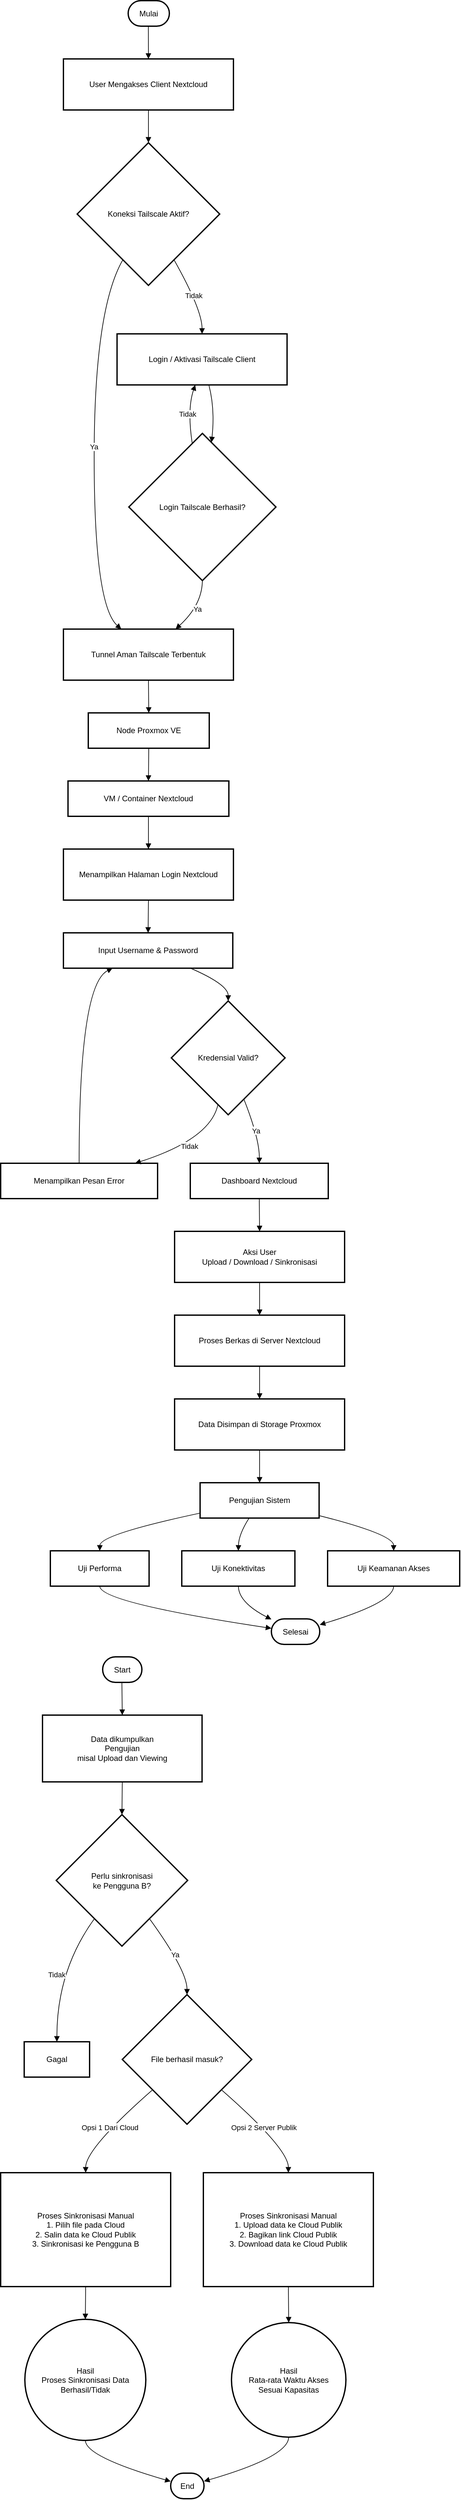
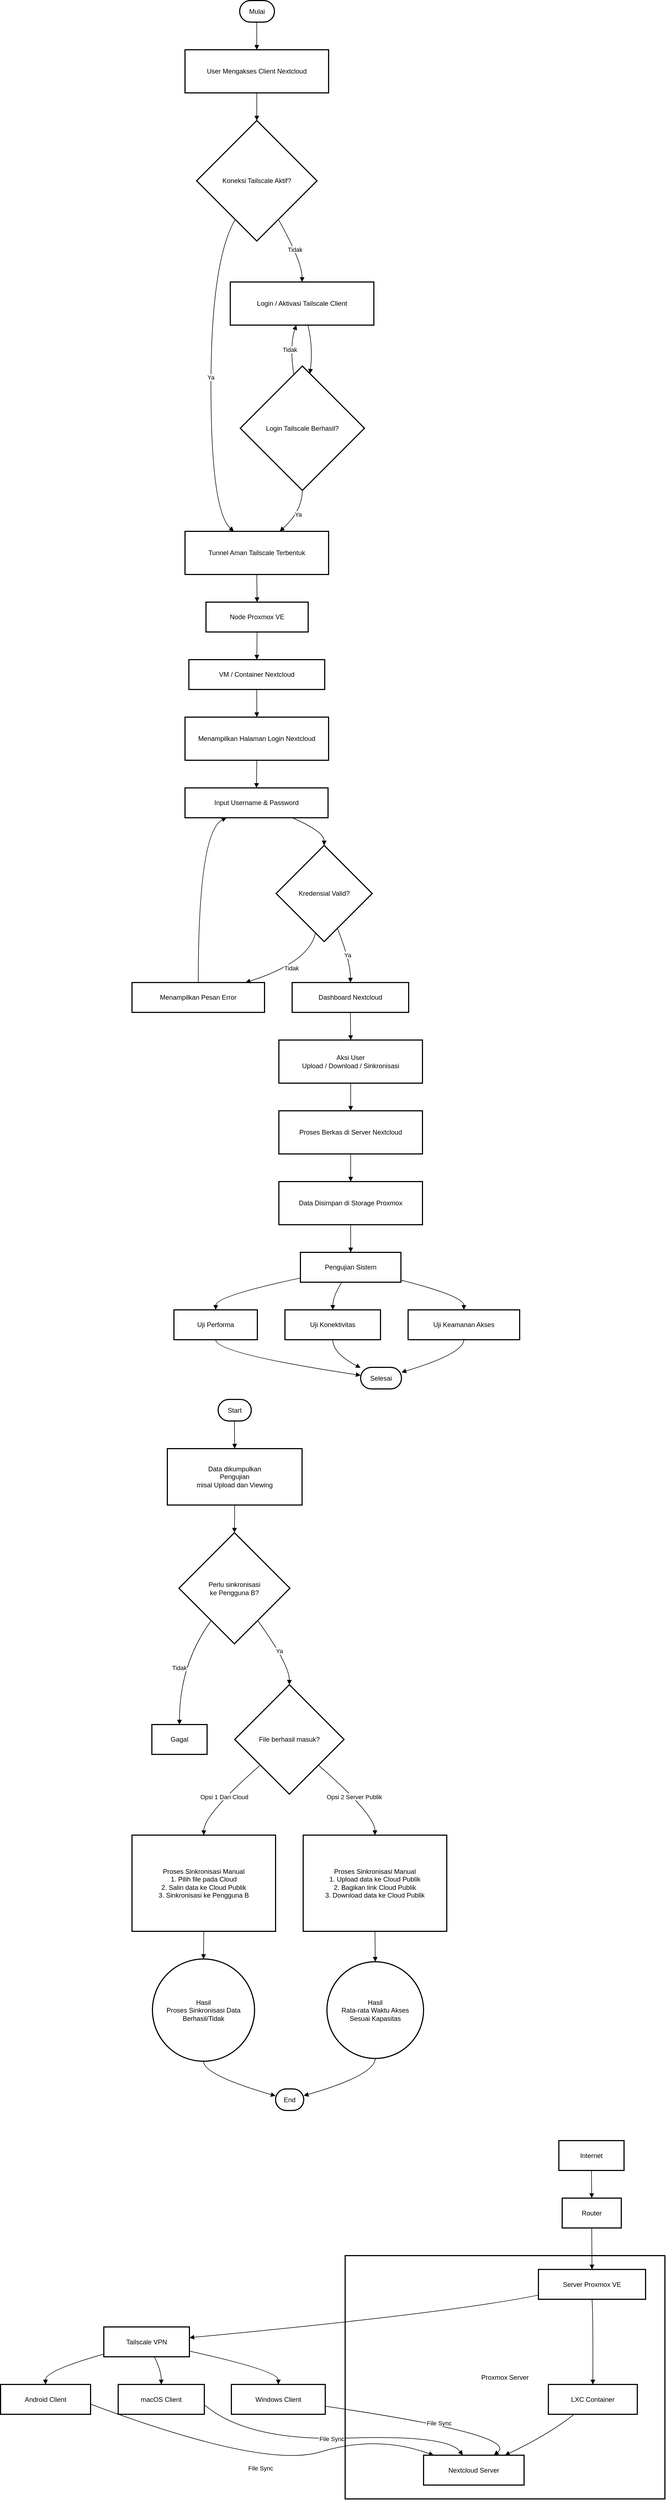
- <mxfile host="app.diagrams.net" agent="Mozilla/5.0 (Macintosh; Intel Mac OS X 10_15_7) AppleWebKit/537.36 (KHTML, like Gecko) Chrome/144.0.0.0 Safari/537.36" version="29.3.8">
+ <mxfile host="app.diagrams.net" agent="Mozilla/5.0 (Macintosh; Intel Mac OS X 10_15_7) AppleWebKit/537.36 (KHTML, like Gecko) Chrome/145.0.0.0 Safari/537.36" version="29.3.8">
  <diagram id="6a731a19-8d31-9384-78a2-239565b7b9f0" name="Page-1">
-     <mxGraphModel dx="1508" dy="1040" grid="1" gridSize="10" guides="1" tooltips="1" connect="1" arrows="1" fold="1" page="1" pageScale="1" pageWidth="1169" pageHeight="827" background="none" math="0" shadow="0">
+     <mxGraphModel dx="1436" dy="990" grid="1" gridSize="10" guides="1" tooltips="1" connect="1" arrows="1" fold="1" page="1" pageScale="1" pageWidth="1169" pageHeight="827" background="none" math="0" shadow="0">
      <root>
        <mxCell id="0" />
        <mxCell id="1" parent="0" />
        <mxCell id="Uneg7TVlCb7vEr30IxI9-7" parent="1" style="rounded=1;whiteSpace=wrap;arcSize=50;strokeWidth=2;" value="Mulai" vertex="1">
          <mxGeometry height="39" width="63" x="445" y="30" as="geometry" />
        </mxCell>
        <mxCell id="Uneg7TVlCb7vEr30IxI9-8" parent="1" style="whiteSpace=wrap;strokeWidth=2;" value="User Mengakses Client Nextcloud" vertex="1">
          <mxGeometry height="78" width="260" x="346" y="119" as="geometry" />
        </mxCell>
        <mxCell id="Uneg7TVlCb7vEr30IxI9-9" parent="1" style="rhombus;strokeWidth=2;whiteSpace=wrap;" value="Koneksi Tailscale Aktif?" vertex="1">
          <mxGeometry height="218" width="218" x="367" y="247" as="geometry" />
        </mxCell>
        <mxCell id="Uneg7TVlCb7vEr30IxI9-10" parent="1" style="whiteSpace=wrap;strokeWidth=2;" value="Login / Aktivasi Tailscale Client" vertex="1">
          <mxGeometry height="78" width="260" x="428" y="539" as="geometry" />
        </mxCell>
        <mxCell id="Uneg7TVlCb7vEr30IxI9-11" parent="1" style="rhombus;strokeWidth=2;whiteSpace=wrap;" value="Login Tailscale Berhasil?" vertex="1">
          <mxGeometry height="225" width="225" x="446" y="691" as="geometry" />
        </mxCell>
        <mxCell id="Uneg7TVlCb7vEr30IxI9-12" parent="1" style="whiteSpace=wrap;strokeWidth=2;" value="Tunnel Aman Tailscale Terbentuk" vertex="1">
          <mxGeometry height="78" width="260" x="346" y="990" as="geometry" />
        </mxCell>
        <mxCell id="Uneg7TVlCb7vEr30IxI9-13" parent="1" style="whiteSpace=wrap;strokeWidth=2;" value="Node Proxmox VE" vertex="1">
          <mxGeometry height="54" width="185" x="384" y="1118" as="geometry" />
        </mxCell>
        <mxCell id="Uneg7TVlCb7vEr30IxI9-14" parent="1" style="whiteSpace=wrap;strokeWidth=2;" value="VM / Container Nextcloud" vertex="1">
          <mxGeometry height="54" width="246" x="353" y="1222" as="geometry" />
        </mxCell>
        <mxCell id="Uneg7TVlCb7vEr30IxI9-15" parent="1" style="whiteSpace=wrap;strokeWidth=2;" value="Menampilkan Halaman Login Nextcloud" vertex="1">
          <mxGeometry height="78" width="260" x="346" y="1326" as="geometry" />
        </mxCell>
        <mxCell id="Uneg7TVlCb7vEr30IxI9-16" parent="1" style="whiteSpace=wrap;strokeWidth=2;" value="Input Username &amp; Password" vertex="1">
          <mxGeometry height="54" width="259" x="346" y="1454" as="geometry" />
        </mxCell>
        <mxCell id="Uneg7TVlCb7vEr30IxI9-17" parent="1" style="rhombus;strokeWidth=2;whiteSpace=wrap;" value="Kredensial Valid?" vertex="1">
          <mxGeometry height="174" width="174" x="511" y="1558" as="geometry" />
        </mxCell>
        <mxCell id="Uneg7TVlCb7vEr30IxI9-18" parent="1" style="whiteSpace=wrap;strokeWidth=2;" value="Menampilkan Pesan Error" vertex="1">
          <mxGeometry height="54" width="240" x="250" y="1806" as="geometry" />
        </mxCell>
        <mxCell id="Uneg7TVlCb7vEr30IxI9-19" parent="1" style="whiteSpace=wrap;strokeWidth=2;" value="Dashboard Nextcloud" vertex="1">
          <mxGeometry height="54" width="211" x="540" y="1806" as="geometry" />
        </mxCell>
        <mxCell id="Uneg7TVlCb7vEr30IxI9-20" parent="1" style="whiteSpace=wrap;strokeWidth=2;" value="Aksi User&#xa;Upload / Download / Sinkronisasi" vertex="1">
          <mxGeometry height="78" width="260" x="516" y="1910" as="geometry" />
        </mxCell>
        <mxCell id="Uneg7TVlCb7vEr30IxI9-21" parent="1" style="whiteSpace=wrap;strokeWidth=2;" value="Proses Berkas di Server Nextcloud" vertex="1">
          <mxGeometry height="78" width="260" x="516" y="2038" as="geometry" />
        </mxCell>
        <mxCell id="Uneg7TVlCb7vEr30IxI9-22" parent="1" style="whiteSpace=wrap;strokeWidth=2;" value="Data Disimpan di Storage Proxmox" vertex="1">
          <mxGeometry height="78" width="260" x="516" y="2166" as="geometry" />
        </mxCell>
        <mxCell id="Uneg7TVlCb7vEr30IxI9-23" parent="1" style="whiteSpace=wrap;strokeWidth=2;" value="Pengujian Sistem" vertex="1">
          <mxGeometry height="54" width="182" x="555" y="2294" as="geometry" />
        </mxCell>
        <mxCell id="Uneg7TVlCb7vEr30IxI9-24" parent="1" style="whiteSpace=wrap;strokeWidth=2;" value="Uji Keamanan Akses" vertex="1">
          <mxGeometry height="54" width="202" x="750" y="2398" as="geometry" />
        </mxCell>
        <mxCell id="Uneg7TVlCb7vEr30IxI9-25" parent="1" style="whiteSpace=wrap;strokeWidth=2;" value="Uji Konektivitas" vertex="1">
          <mxGeometry height="54" width="173" x="527" y="2398" as="geometry" />
        </mxCell>
        <mxCell id="Uneg7TVlCb7vEr30IxI9-26" parent="1" style="whiteSpace=wrap;strokeWidth=2;" value="Uji Performa" vertex="1">
          <mxGeometry height="54" width="151" x="326" y="2398" as="geometry" />
        </mxCell>
        <mxCell id="Uneg7TVlCb7vEr30IxI9-27" parent="1" style="rounded=1;whiteSpace=wrap;arcSize=50;strokeWidth=2;" value="Selesai" vertex="1">
          <mxGeometry height="39" width="74" x="664" y="2502" as="geometry" />
        </mxCell>
        <mxCell id="Uneg7TVlCb7vEr30IxI9-28" edge="1" parent="1" source="Uneg7TVlCb7vEr30IxI9-7" style="curved=1;startArrow=none;endArrow=block;exitX=0.49;exitY=1;entryX=0.5;entryY=0;rounded=0;" target="Uneg7TVlCb7vEr30IxI9-8" value="">
          <mxGeometry relative="1" as="geometry">
            <Array as="points" />
          </mxGeometry>
        </mxCell>
        <mxCell id="Uneg7TVlCb7vEr30IxI9-29" edge="1" parent="1" source="Uneg7TVlCb7vEr30IxI9-8" style="curved=1;startArrow=none;endArrow=block;exitX=0.5;exitY=1;entryX=0.5;entryY=0;rounded=0;" target="Uneg7TVlCb7vEr30IxI9-9" value="">
          <mxGeometry relative="1" as="geometry">
            <Array as="points" />
          </mxGeometry>
        </mxCell>
        <mxCell id="Uneg7TVlCb7vEr30IxI9-30" edge="1" parent="1" source="Uneg7TVlCb7vEr30IxI9-9" style="curved=1;startArrow=none;endArrow=block;exitX=0.78;exitY=1;entryX=0.5;entryY=0;rounded=0;" target="Uneg7TVlCb7vEr30IxI9-10" value="Tidak">
          <mxGeometry relative="1" as="geometry">
            <Array as="points">
              <mxPoint x="558" y="502" />
            </Array>
          </mxGeometry>
        </mxCell>
        <mxCell id="Uneg7TVlCb7vEr30IxI9-31" edge="1" parent="1" source="Uneg7TVlCb7vEr30IxI9-10" style="curved=1;startArrow=none;endArrow=block;exitX=0.54;exitY=1;entryX=0.57;entryY=0;rounded=0;" target="Uneg7TVlCb7vEr30IxI9-11" value="">
          <mxGeometry relative="1" as="geometry">
            <Array as="points">
              <mxPoint x="578" y="654" />
            </Array>
          </mxGeometry>
        </mxCell>
        <mxCell id="Uneg7TVlCb7vEr30IxI9-32" edge="1" parent="1" source="Uneg7TVlCb7vEr30IxI9-11" style="curved=1;startArrow=none;endArrow=block;exitX=0.42;exitY=0;entryX=0.46;entryY=1;rounded=0;" target="Uneg7TVlCb7vEr30IxI9-10" value="Tidak">
          <mxGeometry relative="1" as="geometry">
            <Array as="points">
              <mxPoint x="535" y="654" />
            </Array>
          </mxGeometry>
        </mxCell>
        <mxCell id="Uneg7TVlCb7vEr30IxI9-33" edge="1" parent="1" source="Uneg7TVlCb7vEr30IxI9-11" style="curved=1;startArrow=none;endArrow=block;exitX=0.5;exitY=1;entryX=0.66;entryY=0;rounded=0;" target="Uneg7TVlCb7vEr30IxI9-12" value="Ya">
          <mxGeometry relative="1" as="geometry">
            <Array as="points">
              <mxPoint x="558" y="953" />
            </Array>
          </mxGeometry>
        </mxCell>
        <mxCell id="Uneg7TVlCb7vEr30IxI9-34" edge="1" parent="1" source="Uneg7TVlCb7vEr30IxI9-9" style="curved=1;startArrow=none;endArrow=block;exitX=0.22;exitY=1;entryX=0.34;entryY=0;rounded=0;" target="Uneg7TVlCb7vEr30IxI9-12" value="Ya">
          <mxGeometry relative="1" as="geometry">
            <Array as="points">
              <mxPoint x="393" y="502" />
              <mxPoint x="393" y="953" />
            </Array>
          </mxGeometry>
        </mxCell>
        <mxCell id="Uneg7TVlCb7vEr30IxI9-35" edge="1" parent="1" source="Uneg7TVlCb7vEr30IxI9-12" style="curved=1;startArrow=none;endArrow=block;exitX=0.5;exitY=1;entryX=0.5;entryY=0;rounded=0;" target="Uneg7TVlCb7vEr30IxI9-13" value="">
          <mxGeometry relative="1" as="geometry">
            <Array as="points" />
          </mxGeometry>
        </mxCell>
        <mxCell id="Uneg7TVlCb7vEr30IxI9-36" edge="1" parent="1" source="Uneg7TVlCb7vEr30IxI9-13" style="curved=1;startArrow=none;endArrow=block;exitX=0.5;exitY=1;entryX=0.5;entryY=0;rounded=0;" target="Uneg7TVlCb7vEr30IxI9-14" value="">
          <mxGeometry relative="1" as="geometry">
            <Array as="points" />
          </mxGeometry>
        </mxCell>
        <mxCell id="Uneg7TVlCb7vEr30IxI9-37" edge="1" parent="1" source="Uneg7TVlCb7vEr30IxI9-14" style="curved=1;startArrow=none;endArrow=block;exitX=0.5;exitY=1;entryX=0.5;entryY=0;rounded=0;" target="Uneg7TVlCb7vEr30IxI9-15" value="">
          <mxGeometry relative="1" as="geometry">
            <Array as="points" />
          </mxGeometry>
        </mxCell>
        <mxCell id="Uneg7TVlCb7vEr30IxI9-38" edge="1" parent="1" source="Uneg7TVlCb7vEr30IxI9-15" style="curved=1;startArrow=none;endArrow=block;exitX=0.5;exitY=1;entryX=0.5;entryY=0;rounded=0;" target="Uneg7TVlCb7vEr30IxI9-16" value="">
          <mxGeometry relative="1" as="geometry">
            <Array as="points" />
          </mxGeometry>
        </mxCell>
        <mxCell id="Uneg7TVlCb7vEr30IxI9-39" edge="1" parent="1" source="Uneg7TVlCb7vEr30IxI9-16" style="curved=1;startArrow=none;endArrow=block;exitX=0.75;exitY=1;entryX=0.5;entryY=0;rounded=0;" target="Uneg7TVlCb7vEr30IxI9-17" value="">
          <mxGeometry relative="1" as="geometry">
            <Array as="points">
              <mxPoint x="598" y="1533" />
            </Array>
          </mxGeometry>
        </mxCell>
        <mxCell id="Uneg7TVlCb7vEr30IxI9-40" edge="1" parent="1" source="Uneg7TVlCb7vEr30IxI9-17" style="curved=1;startArrow=none;endArrow=block;exitX=0.39;exitY=1;entryX=0.85;entryY=0.01;rounded=0;" target="Uneg7TVlCb7vEr30IxI9-18" value="Tidak">
          <mxGeometry relative="1" as="geometry">
            <Array as="points">
              <mxPoint x="571" y="1769" />
            </Array>
          </mxGeometry>
        </mxCell>
        <mxCell id="Uneg7TVlCb7vEr30IxI9-41" edge="1" parent="1" source="Uneg7TVlCb7vEr30IxI9-18" style="curved=1;startArrow=none;endArrow=block;exitX=0.5;exitY=0.01;entryX=0.29;entryY=1;rounded=0;" target="Uneg7TVlCb7vEr30IxI9-16" value="">
          <mxGeometry relative="1" as="geometry">
            <Array as="points">
              <mxPoint x="370" y="1533" />
            </Array>
          </mxGeometry>
        </mxCell>
        <mxCell id="Uneg7TVlCb7vEr30IxI9-42" edge="1" parent="1" source="Uneg7TVlCb7vEr30IxI9-17" style="curved=1;startArrow=none;endArrow=block;exitX=0.69;exitY=1;entryX=0.5;entryY=0.01;rounded=0;" target="Uneg7TVlCb7vEr30IxI9-19" value="Ya">
          <mxGeometry relative="1" as="geometry">
            <Array as="points">
              <mxPoint x="646" y="1769" />
            </Array>
          </mxGeometry>
        </mxCell>
        <mxCell id="Uneg7TVlCb7vEr30IxI9-43" edge="1" parent="1" source="Uneg7TVlCb7vEr30IxI9-19" style="curved=1;startArrow=none;endArrow=block;exitX=0.5;exitY=1.01;entryX=0.5;entryY=0;rounded=0;" target="Uneg7TVlCb7vEr30IxI9-20" value="">
          <mxGeometry relative="1" as="geometry">
            <Array as="points" />
          </mxGeometry>
        </mxCell>
        <mxCell id="Uneg7TVlCb7vEr30IxI9-44" edge="1" parent="1" source="Uneg7TVlCb7vEr30IxI9-20" style="curved=1;startArrow=none;endArrow=block;exitX=0.5;exitY=1;entryX=0.5;entryY=0;rounded=0;" target="Uneg7TVlCb7vEr30IxI9-21" value="">
          <mxGeometry relative="1" as="geometry">
            <Array as="points" />
          </mxGeometry>
        </mxCell>
        <mxCell id="Uneg7TVlCb7vEr30IxI9-45" edge="1" parent="1" source="Uneg7TVlCb7vEr30IxI9-21" style="curved=1;startArrow=none;endArrow=block;exitX=0.5;exitY=1;entryX=0.5;entryY=0;rounded=0;" target="Uneg7TVlCb7vEr30IxI9-22" value="">
          <mxGeometry relative="1" as="geometry">
            <Array as="points" />
          </mxGeometry>
        </mxCell>
        <mxCell id="Uneg7TVlCb7vEr30IxI9-46" edge="1" parent="1" source="Uneg7TVlCb7vEr30IxI9-22" style="curved=1;startArrow=none;endArrow=block;exitX=0.5;exitY=1;entryX=0.5;entryY=0.01;rounded=0;" target="Uneg7TVlCb7vEr30IxI9-23" value="">
          <mxGeometry relative="1" as="geometry">
            <Array as="points" />
          </mxGeometry>
        </mxCell>
        <mxCell id="Uneg7TVlCb7vEr30IxI9-47" edge="1" parent="1" source="Uneg7TVlCb7vEr30IxI9-23" style="curved=1;startArrow=none;endArrow=block;exitX=1;exitY=0.93;entryX=0.5;entryY=0.01;rounded=0;" target="Uneg7TVlCb7vEr30IxI9-24" value="">
          <mxGeometry relative="1" as="geometry">
            <Array as="points">
              <mxPoint x="851" y="2373" />
            </Array>
          </mxGeometry>
        </mxCell>
        <mxCell id="Uneg7TVlCb7vEr30IxI9-48" edge="1" parent="1" source="Uneg7TVlCb7vEr30IxI9-23" style="curved=1;startArrow=none;endArrow=block;exitX=0.41;exitY=1.01;entryX=0.5;entryY=0.01;rounded=0;" target="Uneg7TVlCb7vEr30IxI9-25" value="">
          <mxGeometry relative="1" as="geometry">
            <Array as="points">
              <mxPoint x="614" y="2373" />
            </Array>
          </mxGeometry>
        </mxCell>
        <mxCell id="Uneg7TVlCb7vEr30IxI9-49" edge="1" parent="1" source="Uneg7TVlCb7vEr30IxI9-23" style="curved=1;startArrow=none;endArrow=block;exitX=0;exitY=0.86;entryX=0.5;entryY=0.01;rounded=0;" target="Uneg7TVlCb7vEr30IxI9-26" value="">
          <mxGeometry relative="1" as="geometry">
            <Array as="points">
              <mxPoint x="402" y="2373" />
            </Array>
          </mxGeometry>
        </mxCell>
        <mxCell id="Uneg7TVlCb7vEr30IxI9-50" edge="1" parent="1" source="Uneg7TVlCb7vEr30IxI9-24" style="curved=1;startArrow=none;endArrow=block;exitX=0.5;exitY=1.01;entryX=1;entryY=0.23;rounded=0;" target="Uneg7TVlCb7vEr30IxI9-27" value="">
          <mxGeometry relative="1" as="geometry">
            <Array as="points">
              <mxPoint x="851" y="2477" />
            </Array>
          </mxGeometry>
        </mxCell>
        <mxCell id="Uneg7TVlCb7vEr30IxI9-51" edge="1" parent="1" source="Uneg7TVlCb7vEr30IxI9-25" style="curved=1;startArrow=none;endArrow=block;exitX=0.5;exitY=1.01;entryX=0;entryY=0.02;rounded=0;" target="Uneg7TVlCb7vEr30IxI9-27" value="">
          <mxGeometry relative="1" as="geometry">
            <Array as="points">
              <mxPoint x="614" y="2477" />
            </Array>
          </mxGeometry>
        </mxCell>
        <mxCell id="Uneg7TVlCb7vEr30IxI9-52" edge="1" parent="1" source="Uneg7TVlCb7vEr30IxI9-26" style="curved=1;startArrow=none;endArrow=block;exitX=0.5;exitY=1.01;entryX=0;entryY=0.37;rounded=0;" target="Uneg7TVlCb7vEr30IxI9-27" value="">
          <mxGeometry relative="1" as="geometry">
            <Array as="points">
              <mxPoint x="402" y="2477" />
            </Array>
          </mxGeometry>
        </mxCell>
        <mxCell id="OShCs4QSC3FU0K6VXMPM-7" parent="1" style="rounded=1;whiteSpace=wrap;arcSize=50;strokeWidth=2;" value="Start" vertex="1">
          <mxGeometry height="39" width="60" x="406" y="2560" as="geometry" />
        </mxCell>
        <mxCell id="OShCs4QSC3FU0K6VXMPM-8" parent="1" style="whiteSpace=wrap;strokeWidth=2;" value="Data dikumpulkan&#xa;Pengujian&#xa;misal Upload dan Viewing" vertex="1">
          <mxGeometry height="102" width="244" x="314" y="2649" as="geometry" />
        </mxCell>
        <mxCell id="OShCs4QSC3FU0K6VXMPM-9" parent="1" style="rhombus;strokeWidth=2;whiteSpace=wrap;" value="Perlu sinkronisasi&#xa;ke Pengguna B?" vertex="1">
          <mxGeometry height="201" width="201" x="335" y="2801" as="geometry" />
        </mxCell>
        <mxCell id="OShCs4QSC3FU0K6VXMPM-10" parent="1" style="whiteSpace=wrap;strokeWidth=2;" value="Gagal" vertex="1">
          <mxGeometry height="54" width="100" x="286" y="3148" as="geometry" />
        </mxCell>
        <mxCell id="OShCs4QSC3FU0K6VXMPM-11" parent="1" style="rhombus;strokeWidth=2;whiteSpace=wrap;" value="File berhasil masuk?" vertex="1">
          <mxGeometry height="198" width="198" x="436" y="3076" as="geometry" />
        </mxCell>
        <mxCell id="OShCs4QSC3FU0K6VXMPM-12" parent="1" style="whiteSpace=wrap;strokeWidth=2;" value="Proses Sinkronisasi Manual&#xa;1. Pilih file pada Cloud&#xa;2. Salin data ke Cloud Publik&#xa;3. Sinkronisasi ke Pengguna B" vertex="1">
          <mxGeometry height="174" width="260" x="250" y="3348" as="geometry" />
        </mxCell>
        <mxCell id="OShCs4QSC3FU0K6VXMPM-13" parent="1" style="whiteSpace=wrap;strokeWidth=2;" value="Proses Sinkronisasi Manual&#xa;1. Upload data ke Cloud Publik&#xa;2. Bagikan link Cloud Publik&#xa;3. Download data ke Cloud Publik" vertex="1">
          <mxGeometry height="174" width="260" x="560" y="3348" as="geometry" />
        </mxCell>
        <mxCell id="OShCs4QSC3FU0K6VXMPM-14" parent="1" style="ellipse;aspect=fixed;strokeWidth=2;whiteSpace=wrap;" value="Hasil&#xa;Proses Sinkronisasi Data&#xa;Berhasil/Tidak" vertex="1">
          <mxGeometry height="185" width="185" x="287" y="3572" as="geometry" />
        </mxCell>
        <mxCell id="OShCs4QSC3FU0K6VXMPM-15" parent="1" style="ellipse;aspect=fixed;strokeWidth=2;whiteSpace=wrap;" value="Hasil&#xa;Rata-rata Waktu Akses&#xa;Sesuai Kapasitas" vertex="1">
          <mxGeometry height="175" width="175" x="603" y="3577" as="geometry" />
        </mxCell>
        <mxCell id="OShCs4QSC3FU0K6VXMPM-16" parent="1" style="rounded=1;whiteSpace=wrap;arcSize=50;strokeWidth=2;" value="End" vertex="1">
          <mxGeometry height="39" width="51" x="510" y="3807" as="geometry" />
        </mxCell>
        <mxCell id="OShCs4QSC3FU0K6VXMPM-17" edge="1" parent="1" source="OShCs4QSC3FU0K6VXMPM-7" style="curved=1;startArrow=none;endArrow=block;exitX=0.49;exitY=1;entryX=0.5;entryY=0;rounded=0;" target="OShCs4QSC3FU0K6VXMPM-8" value="">
          <mxGeometry relative="1" as="geometry">
            <Array as="points" />
          </mxGeometry>
        </mxCell>
        <mxCell id="OShCs4QSC3FU0K6VXMPM-18" edge="1" parent="1" source="OShCs4QSC3FU0K6VXMPM-8" style="curved=1;startArrow=none;endArrow=block;exitX=0.5;exitY=1;entryX=0.5;entryY=0;rounded=0;" target="OShCs4QSC3FU0K6VXMPM-9" value="">
          <mxGeometry relative="1" as="geometry">
            <Array as="points" />
          </mxGeometry>
        </mxCell>
        <mxCell id="OShCs4QSC3FU0K6VXMPM-19" edge="1" parent="1" source="OShCs4QSC3FU0K6VXMPM-9" style="curved=1;startArrow=none;endArrow=block;exitX=0.14;exitY=1;entryX=0.5;entryY=0;rounded=0;" target="OShCs4QSC3FU0K6VXMPM-10" value="Tidak">
          <mxGeometry relative="1" as="geometry">
            <Array as="points">
              <mxPoint x="336" y="3039" />
            </Array>
          </mxGeometry>
        </mxCell>
        <mxCell id="OShCs4QSC3FU0K6VXMPM-20" edge="1" parent="1" source="OShCs4QSC3FU0K6VXMPM-9" style="curved=1;startArrow=none;endArrow=block;exitX=0.86;exitY=1;entryX=0.5;entryY=0;rounded=0;" target="OShCs4QSC3FU0K6VXMPM-11" value="Ya">
          <mxGeometry relative="1" as="geometry">
            <Array as="points">
              <mxPoint x="535" y="3039" />
            </Array>
          </mxGeometry>
        </mxCell>
        <mxCell id="OShCs4QSC3FU0K6VXMPM-21" edge="1" parent="1" source="OShCs4QSC3FU0K6VXMPM-11" style="curved=1;startArrow=none;endArrow=block;exitX=0;exitY=0.94;entryX=0.5;entryY=0;rounded=0;" target="OShCs4QSC3FU0K6VXMPM-12" value="Opsi 1 Dari Cloud">
          <mxGeometry relative="1" as="geometry">
            <Array as="points">
              <mxPoint x="380" y="3311" />
            </Array>
          </mxGeometry>
        </mxCell>
        <mxCell id="OShCs4QSC3FU0K6VXMPM-22" edge="1" parent="1" source="OShCs4QSC3FU0K6VXMPM-11" style="curved=1;startArrow=none;endArrow=block;exitX=1;exitY=0.94;entryX=0.5;entryY=0;rounded=0;" target="OShCs4QSC3FU0K6VXMPM-13" value="Opsi 2 Server Publik">
          <mxGeometry relative="1" as="geometry">
            <Array as="points">
              <mxPoint x="690" y="3311" />
            </Array>
          </mxGeometry>
        </mxCell>
        <mxCell id="OShCs4QSC3FU0K6VXMPM-23" edge="1" parent="1" source="OShCs4QSC3FU0K6VXMPM-12" style="curved=1;startArrow=none;endArrow=block;exitX=0.5;exitY=1;entryX=0.5;entryY=0;rounded=0;" target="OShCs4QSC3FU0K6VXMPM-14" value="">
          <mxGeometry relative="1" as="geometry">
            <Array as="points" />
          </mxGeometry>
        </mxCell>
        <mxCell id="OShCs4QSC3FU0K6VXMPM-24" edge="1" parent="1" source="OShCs4QSC3FU0K6VXMPM-13" style="curved=1;startArrow=none;endArrow=block;exitX=0.5;exitY=1;entryX=0.5;entryY=0;rounded=0;" target="OShCs4QSC3FU0K6VXMPM-15" value="">
          <mxGeometry relative="1" as="geometry">
            <Array as="points" />
          </mxGeometry>
        </mxCell>
        <mxCell id="OShCs4QSC3FU0K6VXMPM-25" edge="1" parent="1" source="OShCs4QSC3FU0K6VXMPM-14" style="curved=1;startArrow=none;endArrow=block;exitX=0.5;exitY=1;entryX=-0.01;entryY=0.32;rounded=0;" target="OShCs4QSC3FU0K6VXMPM-16" value="">
          <mxGeometry relative="1" as="geometry">
            <Array as="points">
              <mxPoint x="380" y="3782" />
            </Array>
          </mxGeometry>
        </mxCell>
        <mxCell id="OShCs4QSC3FU0K6VXMPM-26" edge="1" parent="1" source="OShCs4QSC3FU0K6VXMPM-15" style="curved=1;startArrow=none;endArrow=block;exitX=0.5;exitY=1;entryX=0.99;entryY=0.32;rounded=0;" target="OShCs4QSC3FU0K6VXMPM-16" value="">
          <mxGeometry relative="1" as="geometry">
            <Array as="points">
              <mxPoint x="690" y="3782" />
            </Array>
          </mxGeometry>
        </mxCell>
+         <mxCell id="TobpmCSRzySfXDp-DXEK-21" parent="1" style="whiteSpace=wrap;strokeWidth=2;" value="Proxmox Server" vertex="1">
+           <mxGeometry height="440" width="579" x="636" y="4108.5" as="geometry" />
+         </mxCell>
+         <mxCell id="TobpmCSRzySfXDp-DXEK-22" parent="1" style="whiteSpace=wrap;strokeWidth=2;" value="Internet" vertex="1">
+           <mxGeometry height="54" width="118" x="1023" y="3900.5" as="geometry" />
+         </mxCell>
+         <mxCell id="TobpmCSRzySfXDp-DXEK-23" parent="1" style="whiteSpace=wrap;strokeWidth=2;" value="Router" vertex="1">
+           <mxGeometry height="54" width="107" x="1029" y="4004.5" as="geometry" />
+         </mxCell>
+         <mxCell id="TobpmCSRzySfXDp-DXEK-24" parent="1" style="whiteSpace=wrap;strokeWidth=2;" value="Server Proxmox VE" vertex="1">
+           <mxGeometry height="54" width="194" x="986" y="4133.5" as="geometry" />
+         </mxCell>
+         <mxCell id="TobpmCSRzySfXDp-DXEK-25" parent="1" style="whiteSpace=wrap;strokeWidth=2;" value="LXC Container" vertex="1">
+           <mxGeometry height="54" width="161" x="1004" y="4341.5" as="geometry" />
+         </mxCell>
+         <mxCell id="TobpmCSRzySfXDp-DXEK-26" parent="1" style="whiteSpace=wrap;strokeWidth=2;" value="Nextcloud Server" vertex="1">
+           <mxGeometry height="54" width="182" x="778" y="4469.5" as="geometry" />
+         </mxCell>
+         <mxCell id="TobpmCSRzySfXDp-DXEK-28" parent="1" style="whiteSpace=wrap;strokeWidth=2;" value="Tailscale VPN" vertex="1">
+           <mxGeometry height="54" width="155" x="199" y="4237.5" as="geometry" />
+         </mxCell>
+         <mxCell id="TobpmCSRzySfXDp-DXEK-29" parent="1" style="whiteSpace=wrap;strokeWidth=2;" value="Windows Client" vertex="1">
+           <mxGeometry height="54" width="170" x="430" y="4341.5" as="geometry" />
+         </mxCell>
+         <mxCell id="TobpmCSRzySfXDp-DXEK-30" parent="1" style="whiteSpace=wrap;strokeWidth=2;" value="macOS Client" vertex="1">
+           <mxGeometry height="54" width="156" x="225" y="4341.5" as="geometry" />
+         </mxCell>
+         <mxCell id="TobpmCSRzySfXDp-DXEK-31" parent="1" style="whiteSpace=wrap;strokeWidth=2;" value="Android Client" vertex="1">
+           <mxGeometry height="54" width="163" x="12" y="4341.5" as="geometry" />
+         </mxCell>
+         <mxCell id="TobpmCSRzySfXDp-DXEK-32" edge="1" parent="1" source="TobpmCSRzySfXDp-DXEK-22" style="curved=1;startArrow=none;endArrow=block;exitX=0.5;exitY=1;entryX=0.5;entryY=0;rounded=0;" target="TobpmCSRzySfXDp-DXEK-23" value="">
+           <mxGeometry relative="1" as="geometry">
+             <Array as="points" />
+           </mxGeometry>
+         </mxCell>
+         <mxCell id="TobpmCSRzySfXDp-DXEK-33" edge="1" parent="1" source="TobpmCSRzySfXDp-DXEK-23" style="curved=1;startArrow=none;endArrow=block;exitX=0.5;exitY=1;entryX=0.5;entryY=0;rounded=0;" target="TobpmCSRzySfXDp-DXEK-24" value="">
+           <mxGeometry relative="1" as="geometry">
+             <Array as="points" />
+           </mxGeometry>
+         </mxCell>
+         <mxCell id="TobpmCSRzySfXDp-DXEK-34" edge="1" parent="1" source="TobpmCSRzySfXDp-DXEK-24" style="curved=1;startArrow=none;endArrow=block;exitX=0.5;exitY=1;entryX=0.5;entryY=0;rounded=0;" target="TobpmCSRzySfXDp-DXEK-25" value="">
+           <mxGeometry relative="1" as="geometry">
+             <Array as="points">
+               <mxPoint x="1085" y="4212.5" />
+             </Array>
+           </mxGeometry>
+         </mxCell>
+         <mxCell id="TobpmCSRzySfXDp-DXEK-35" edge="1" parent="1" source="TobpmCSRzySfXDp-DXEK-25" style="curved=1;startArrow=none;endArrow=block;exitX=0.29;exitY=1;entryX=0.81;entryY=0;rounded=0;" target="TobpmCSRzySfXDp-DXEK-26" value="">
+           <mxGeometry relative="1" as="geometry">
+             <Array as="points">
+               <mxPoint x="1004" y="4432.5" />
+             </Array>
+           </mxGeometry>
+         </mxCell>
+         <mxCell id="TobpmCSRzySfXDp-DXEK-37" edge="1" parent="1" source="TobpmCSRzySfXDp-DXEK-24" style="curved=1;startArrow=none;endArrow=block;exitX=0;exitY=0.86;entryX=1;entryY=0.36;rounded=0;" target="TobpmCSRzySfXDp-DXEK-28" value="">
+           <mxGeometry relative="1" as="geometry">
+             <Array as="points">
+               <mxPoint x="825" y="4212.5" />
+             </Array>
+           </mxGeometry>
+         </mxCell>
+         <mxCell id="TobpmCSRzySfXDp-DXEK-38" edge="1" parent="1" source="TobpmCSRzySfXDp-DXEK-28" style="curved=1;startArrow=none;endArrow=block;exitX=1;exitY=0.81;entryX=0.5;entryY=0;rounded=0;" target="TobpmCSRzySfXDp-DXEK-29" value="">
+           <mxGeometry relative="1" as="geometry">
+             <Array as="points">
+               <mxPoint x="515" y="4316.5" />
+             </Array>
+           </mxGeometry>
+         </mxCell>
+         <mxCell id="TobpmCSRzySfXDp-DXEK-39" edge="1" parent="1" source="TobpmCSRzySfXDp-DXEK-28" style="curved=1;startArrow=none;endArrow=block;exitX=0.59;exitY=1;entryX=0.5;entryY=0;rounded=0;" target="TobpmCSRzySfXDp-DXEK-30" value="">
+           <mxGeometry relative="1" as="geometry">
+             <Array as="points">
+               <mxPoint x="303" y="4316.5" />
+             </Array>
+           </mxGeometry>
+         </mxCell>
+         <mxCell id="TobpmCSRzySfXDp-DXEK-40" edge="1" parent="1" source="TobpmCSRzySfXDp-DXEK-28" style="curved=1;startArrow=none;endArrow=block;exitX=0;exitY=0.91;entryX=0.5;entryY=0;rounded=0;" target="TobpmCSRzySfXDp-DXEK-31" value="">
+           <mxGeometry relative="1" as="geometry">
+             <Array as="points">
+               <mxPoint x="93" y="4316.5" />
+             </Array>
+           </mxGeometry>
+         </mxCell>
+         <mxCell id="TobpmCSRzySfXDp-DXEK-41" edge="1" parent="1" source="TobpmCSRzySfXDp-DXEK-29" style="curved=1;startArrow=none;endArrow=block;exitX=1;exitY=0.73;entryX=0.7;entryY=0;rounded=0;" target="TobpmCSRzySfXDp-DXEK-26" value="File Sync">
+           <mxGeometry relative="1" as="geometry">
+             <Array as="points">
+               <mxPoint x="953" y="4432.5" />
+             </Array>
+           </mxGeometry>
+         </mxCell>
+         <mxCell id="TobpmCSRzySfXDp-DXEK-42" edge="1" parent="1" source="TobpmCSRzySfXDp-DXEK-30" style="curved=1;startArrow=none;endArrow=block;exitX=1;exitY=0.68;entryX=0.39;entryY=0;rounded=0;" target="TobpmCSRzySfXDp-DXEK-26" value="File Sync">
+           <mxGeometry relative="1" as="geometry">
+             <Array as="points">
+               <mxPoint x="459" y="4444.5" />
+               <mxPoint x="822" y="4432.5" />
+             </Array>
+           </mxGeometry>
+         </mxCell>
+         <mxCell id="TobpmCSRzySfXDp-DXEK-43" edge="1" parent="1" source="TobpmCSRzySfXDp-DXEK-31" style="curved=1;startArrow=none;endArrow=block;exitX=1;exitY=0.66;entryX=0.1;entryY=0;rounded=0;" target="TobpmCSRzySfXDp-DXEK-26" value="File Sync">
+           <mxGeometry relative="1" as="geometry">
+             <Array as="points">
+               <mxPoint x="489" y="4494.5" />
+               <mxPoint x="694" y="4432.5" />
+             </Array>
+           </mxGeometry>
+         </mxCell>
      </root>
    </mxGraphModel>
  </diagram>
</mxfile>
